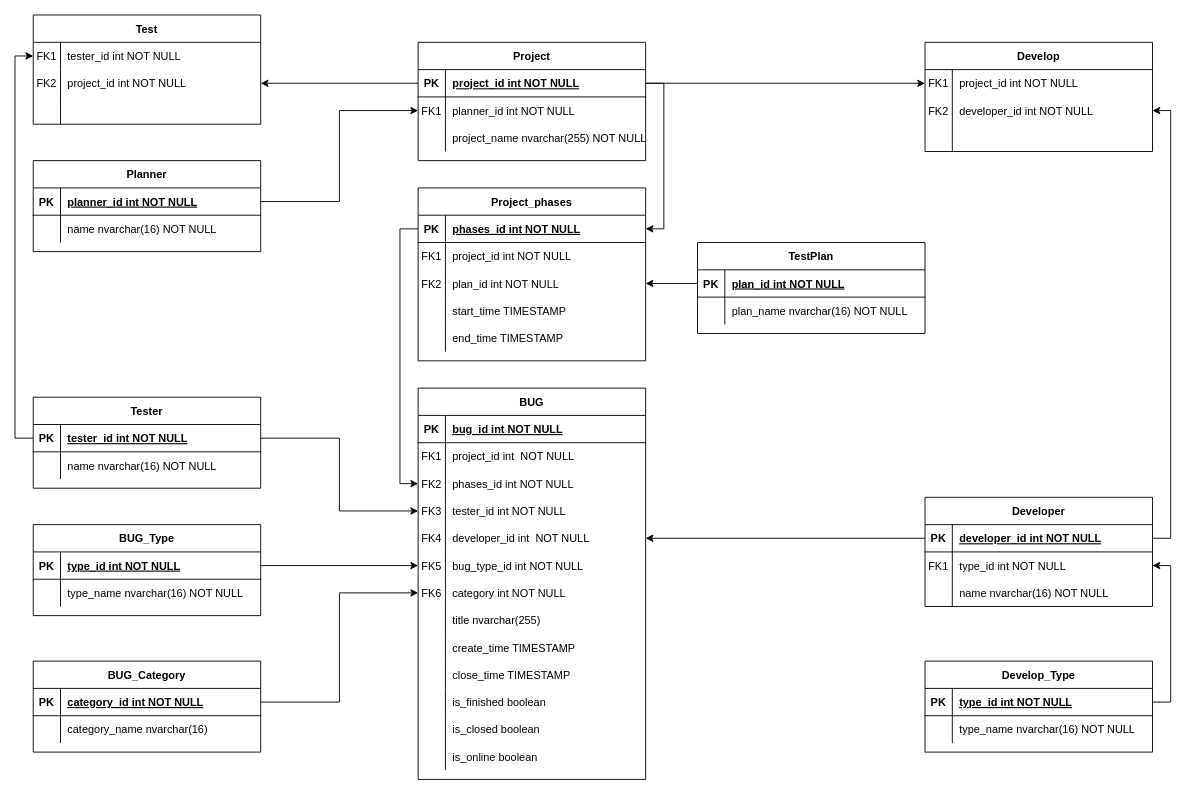
Earlier version of the draw.io diagram page "v3" (3 of 3) of doc/Sheet.drawio (NaoOtosaka/DataStatistic). Source tidied: cells renumbered, new cells numbered last; positions are measured from the earlier drawing's top-left corner, leaving out a move shared by most shapes. Both pictures are drawn from the tidied source at 91%, with x=0, y=0 at pixel (33, 15).
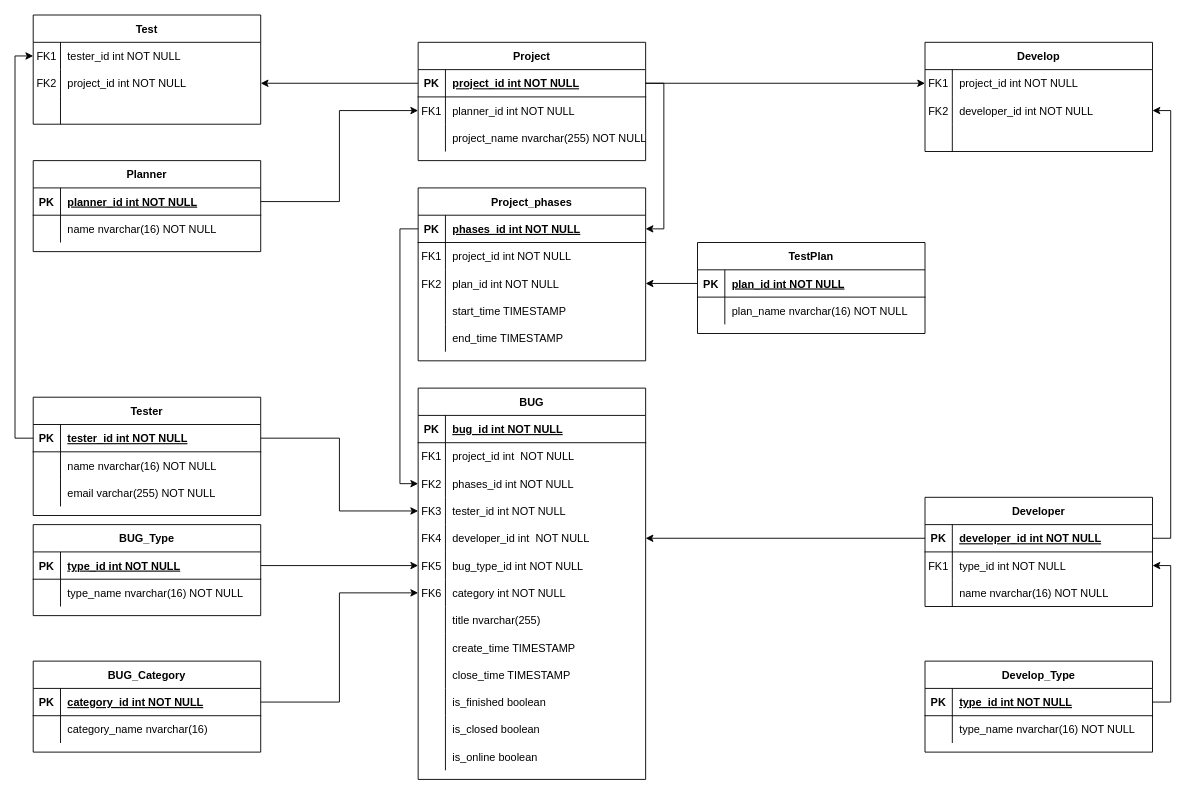
After the change.

What changed in the source:
```diff
@@
     <mxCell id="12" value="Tester" style="shape=table;startSize=30;childLayout=tableLayout;rowLines=0;fontStyle=1;align=center;" parent="1" vertex="1">
-      <mxGeometry y="420" width="250" height="100" as="geometry" />
+      <mxGeometry y="420" width="250" height="130" as="geometry" />
     </mxCell>
@@
+    <mxCell id="153" style="shape=partialRectangle;fillColor=none;top=0;left=0;right=0;bottom=0;" parent="12" vertex="1">
+      <mxGeometry y="90" width="250" height="30" as="geometry" />
+    </mxCell>
+    <mxCell id="154" style="shape=partialRectangle;overflow=hidden;fillColor=none;top=0;left=0;bottom=0;right=0;" parent="153" vertex="1">
+      <mxGeometry width="30" height="30" as="geometry" />
+    </mxCell>
+    <mxCell id="155" value="email varchar(255) NOT NULL" style="shape=partialRectangle;overflow=hidden;fillColor=none;top=0;left=0;bottom=0;right=0;align=left;spacingLeft=6;" parent="153" vertex="1">
+      <mxGeometry x="30" width="220" height="30" as="geometry" />
+    </mxCell>
```
